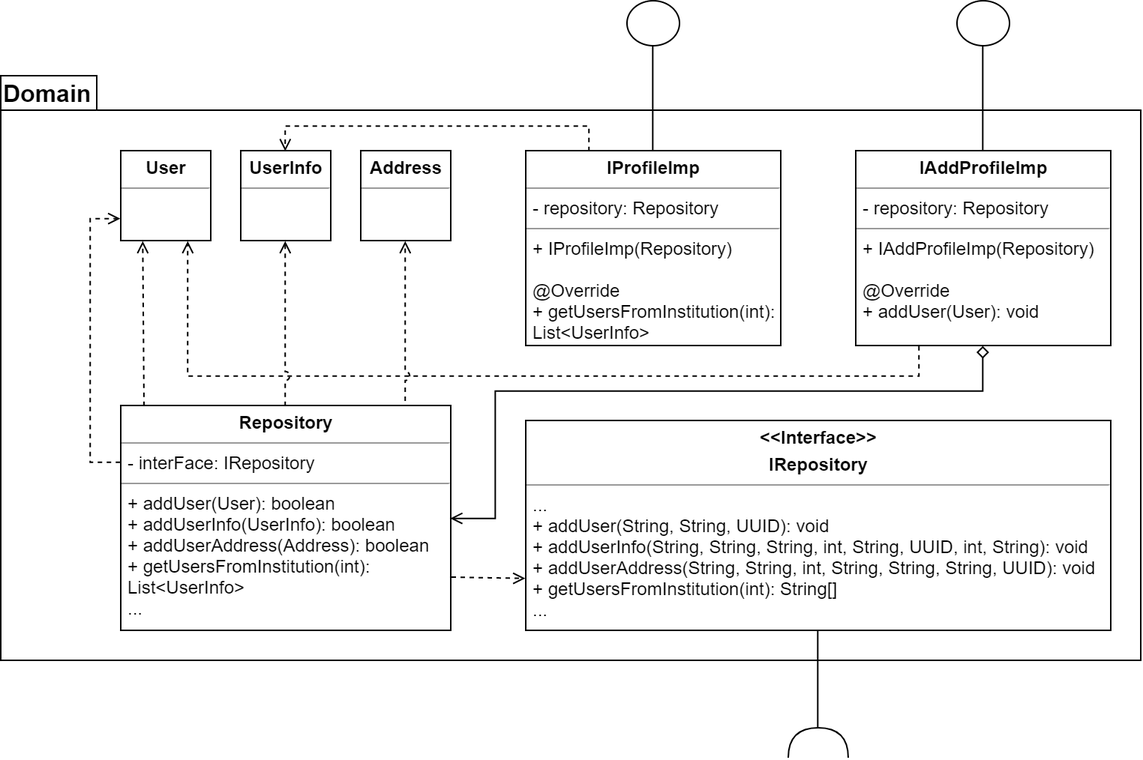
Above: docs/diagrams/DesignDiagrammer/Platform/Profile_Domain_Design.png in SBangslund/SE02_Projekt (draw.io), before the change. Source tidied: cells renumbered, new cells last; positions are measured from the earlier drawing's top-left corner, leaving out a move shared by most shapes.
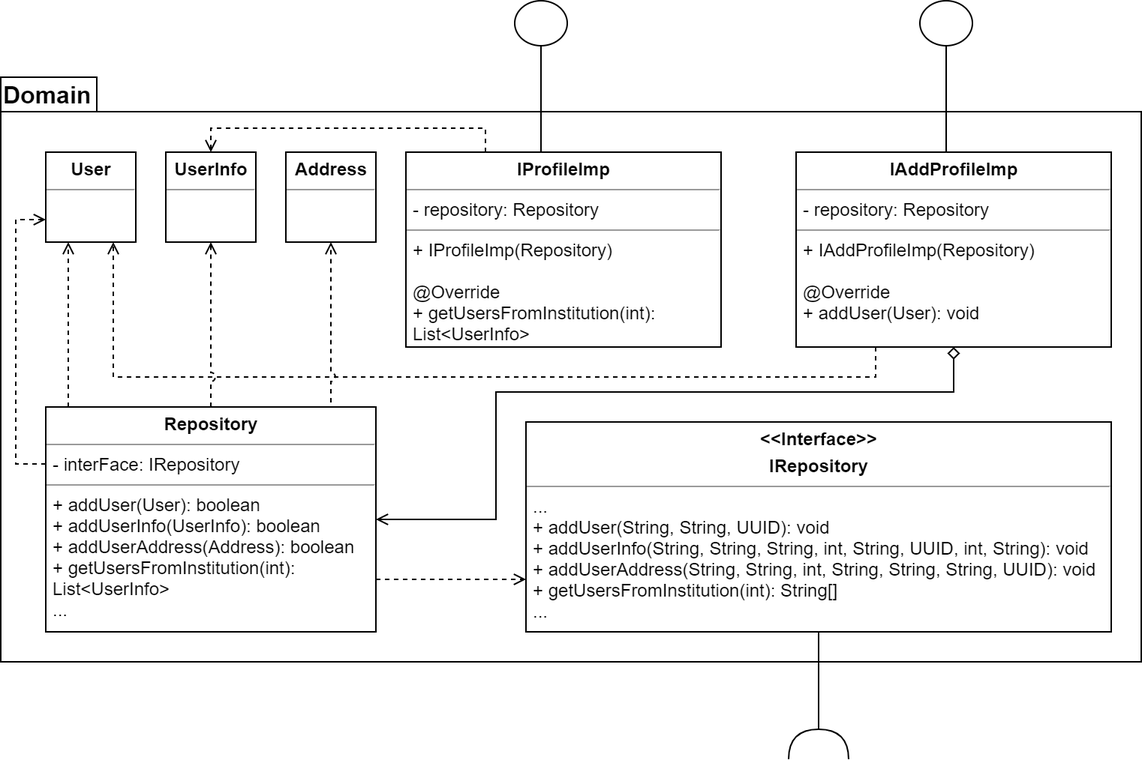
The same file after the commit.

What changed in the source:
```diff
@@ -2,61 +2,69 @@
   <root>
     <mxCell id="0" />
     <mxCell id="1" parent="0" />
-    <mxCell id="2" style="shape=folder;fontStyle=1;spacingTop=10;tabWidth=64;tabHeight=23;tabPosition=left;html=1;" parent="1" vertex="1">
-      <mxGeometry y="50" width="760" height="390" as="geometry" />
-    </mxCell>
-    <mxCell id="3" style="edgeStyle=orthogonalEdgeStyle;rounded=0;jettySize=auto;html=1;exitX=0.5;exitY=0;exitDx=0;exitDy=0;entryX=0.5;entryY=1;entryDx=0;entryDy=0;endArrow=none;endFill=0;" parent="1" edge="1" source="6" target="7">
-      <mxGeometry relative="1" as="geometry" />
-    </mxCell>
+    <mxCell id="25" style="shape=folder;fontStyle=1;spacingTop=10;tabWidth=64;tabHeight=23;tabPosition=left;html=1;" parent="1" vertex="1">
+      <mxGeometry y="61" width="760" height="390" as="geometry" />
+    </mxCell>
     <mxCell id="4" style="edgeStyle=orthogonalEdgeStyle;rounded=0;jumpStyle=arc;jettySize=auto;html=1;exitX=0.25;exitY=1;exitDx=0;exitDy=0;entryX=0.75;entryY=1;entryDx=0;entryDy=0;dashed=1;endArrow=open;endFill=0;fontSize=16;" parent="1" edge="1" source="6" target="20">
       <mxGeometry relative="1" as="geometry">
         <Array as="points">
-          <mxPoint x="612" y="250" />
-          <mxPoint x="125" y="250" />
+          <mxPoint x="583" y="261" />
+          <mxPoint x="75" y="261" />
         </Array>
       </mxGeometry>
     </mxCell>
     <mxCell id="5" style="edgeStyle=orthogonalEdgeStyle;rounded=0;jumpStyle=arc;jettySize=auto;html=1;exitX=0.5;exitY=1;exitDx=0;exitDy=0;entryX=1;entryY=0.5;entryDx=0;entryDy=0;endArrow=open;endFill=0;fontSize=16;startArrow=diamond;startFill=0;" parent="1" edge="1" source="6" target="18">
       <mxGeometry relative="1" as="geometry">
         <Array as="points">
-          <mxPoint x="655" y="260" />
-          <mxPoint x="330" y="260" />
-          <mxPoint x="330" y="345" />
+          <mxPoint x="635" y="271" />
+          <mxPoint x="330" y="271" />
+          <mxPoint x="330" y="356" />
         </Array>
       </mxGeometry>
     </mxCell>
+    <mxCell id="26" style="edgeStyle=orthogonalEdgeStyle;rounded=0;jettySize=auto;html=1;exitX=0.5;exitY=0;exitDx=0;exitDy=0;entryX=0.5;entryY=1;entryDx=0;entryDy=0;endArrow=none;endFill=0;" parent="1" edge="1" source="6" target="27">
+      <mxGeometry relative="1" as="geometry">
+        <Array as="points">
+          <mxPoint x="630" y="111" />
+        </Array>
+      </mxGeometry>
+    </mxCell>
     <mxCell id="6" value="&lt;p style=&quot;margin: 0px ; margin-top: 4px ; text-align: center&quot;&gt;&lt;b&gt;IAddProfileImp&lt;/b&gt;&lt;/p&gt;&lt;hr size=&quot;1&quot;&gt;&lt;p style=&quot;margin: 0px ; margin-left: 4px&quot;&gt;- repository: Repository&lt;/p&gt;&lt;hr size=&quot;1&quot;&gt;&lt;p style=&quot;margin: 0px ; margin-left: 4px&quot;&gt;+ IAddProfileImp(Repository)&lt;/p&gt;&lt;p style=&quot;margin: 0px ; margin-left: 4px&quot;&gt;&lt;br&gt;&lt;/p&gt;&lt;p style=&quot;margin: 0px ; margin-left: 4px&quot;&gt;@Override&lt;/p&gt;&lt;p style=&quot;margin: 0px ; margin-left: 4px&quot;&gt;+ addUser(User): void&lt;/p&gt;" style="verticalAlign=top;align=left;overflow=fill;fontSize=12;fontFamily=Helvetica;html=1;" parent="1" vertex="1">
-      <mxGeometry x="570" y="100" width="170" height="130" as="geometry" />
+      <mxGeometry x="530" y="111" width="210" height="130" as="geometry" />
     </mxCell>
-    <mxCell id="7" style="ellipse;whiteSpace=wrap;html=1;" parent="1" vertex="1">
-      <mxGeometry x="637.5" width="35" height="30" as="geometry" />
-    </mxCell>
+    <mxCell id="27" style="ellipse;whiteSpace=wrap;html=1;" parent="1" vertex="1">
+      <mxGeometry x="612.5" y="10" width="35" height="30" as="geometry" />
+    </mxCell>
     <mxCell id="8" value="Domain" style="text;html=1;align=left;verticalAlign=top;spacingTop=-4;fontStyle=1;fontSize=16;" parent="1" vertex="1">
-      <mxGeometry y="50" width="60" height="20" as="geometry" />
+      <mxGeometry y="61" width="60" height="20" as="geometry" />
     </mxCell>
-    <mxCell id="9" style="edgeStyle=orthogonalEdgeStyle;rounded=0;jettySize=auto;html=1;exitX=0.5;exitY=0;exitDx=0;exitDy=0;entryX=0.5;entryY=1;entryDx=0;entryDy=0;endArrow=none;endFill=0;fontSize=16;" parent="1" edge="1" source="11" target="12">
-      <mxGeometry relative="1" as="geometry" />
-    </mxCell>
     <mxCell id="10" style="edgeStyle=orthogonalEdgeStyle;rounded=0;jumpStyle=arc;jettySize=auto;html=1;exitX=0.25;exitY=0;exitDx=0;exitDy=0;entryX=0.5;entryY=0;entryDx=0;entryDy=0;dashed=1;endArrow=open;endFill=0;fontSize=16;" parent="1" edge="1" source="11" target="19">
       <mxGeometry relative="1" as="geometry">
         <Array as="points">
-          <mxPoint x="393" y="84" />
-          <mxPoint x="190" y="84" />
+          <mxPoint x="323" y="95" />
+          <mxPoint x="140" y="95" />
         </Array>
       </mxGeometry>
     </mxCell>
+    <mxCell id="28" style="edgeStyle=orthogonalEdgeStyle;rounded=0;jettySize=auto;html=1;exitX=0.5;exitY=0;exitDx=0;exitDy=0;entryX=0.5;entryY=1;entryDx=0;entryDy=0;endArrow=none;endFill=0;" parent="1" edge="1" source="11" target="29">
+      <mxGeometry relative="1" as="geometry">
+        <Array as="points">
+          <mxPoint x="360" y="111" />
+        </Array>
+      </mxGeometry>
+    </mxCell>
     <mxCell id="11" value="&lt;p style=&quot;margin: 0px ; margin-top: 4px ; text-align: center&quot;&gt;&lt;b&gt;IProfileImp&lt;/b&gt;&lt;/p&gt;&lt;hr size=&quot;1&quot;&gt;&lt;p style=&quot;margin: 0px ; margin-left: 4px&quot;&gt;- repository: Repository&lt;/p&gt;&lt;hr size=&quot;1&quot;&gt;&lt;p style=&quot;margin: 0px ; margin-left: 4px&quot;&gt;+ IProfileImp(Repository)&lt;/p&gt;&lt;p style=&quot;margin: 0px ; margin-left: 4px&quot;&gt;&lt;br&gt;&lt;/p&gt;&lt;p style=&quot;margin: 0px ; margin-left: 4px&quot;&gt;@Override&lt;/p&gt;&lt;p style=&quot;margin: 0px ; margin-left: 4px&quot;&gt;+ getUsersFromInstitution(int): List&amp;lt;UserInfo&amp;gt;&lt;/p&gt;" style="verticalAlign=top;align=left;overflow=fill;fontSize=12;fontFamily=Helvetica;html=1;whiteSpace=wrap;" parent="1" vertex="1">
-      <mxGeometry x="350" y="100" width="170" height="130" as="geometry" />
+      <mxGeometry x="270" y="111" width="210" height="130" as="geometry" />
     </mxCell>
-    <mxCell id="12" style="ellipse;whiteSpace=wrap;html=1;" parent="1" vertex="1">
-      <mxGeometry x="417.5" width="35" height="30" as="geometry" />
-    </mxCell>
-    <mxCell id="13" style="edgeStyle=orthogonalEdgeStyle;rounded=0;jumpStyle=arc;jettySize=auto;html=1;exitX=0;exitY=0.25;exitDx=0;exitDy=0;entryX=0;entryY=0.75;entryDx=0;entryDy=0;startArrow=none;startFill=0;endArrow=open;endFill=0;fontSize=16;dashed=1;" parent="1" edge="1" source="18" target="20">
-      <mxGeometry relative="1" as="geometry" />
-    </mxCell>
-    <mxCell id="14" style="edgeStyle=orthogonalEdgeStyle;rounded=0;jumpStyle=arc;jettySize=auto;html=1;exitX=0.069;exitY=0;exitDx=0;exitDy=0;entryX=0.25;entryY=1;entryDx=0;entryDy=0;dashed=1;startArrow=none;startFill=0;endArrow=open;endFill=0;fontSize=16;exitPerimeter=0;" parent="1" edge="1" source="18" target="20">
-      <mxGeometry relative="1" as="geometry" />
-    </mxCell>
+    <mxCell id="29" style="ellipse;whiteSpace=wrap;html=1;" parent="1" vertex="1">
+      <mxGeometry x="342.5" y="10" width="35" height="30" as="geometry" />
+    </mxCell>
+    <mxCell id="30" style="edgeStyle=orthogonalEdgeStyle;rounded=0;jumpStyle=arc;jettySize=auto;html=1;exitX=0;exitY=0.25;exitDx=0;exitDy=0;entryX=0;entryY=0.75;entryDx=0;entryDy=0;startArrow=none;startFill=0;endArrow=open;endFill=0;fontSize=16;dashed=1;" parent="1" edge="1" source="18" target="20">
+      <mxGeometry relative="1" as="geometry" />
+    </mxCell>
+    <mxCell id="31" style="edgeStyle=orthogonalEdgeStyle;rounded=0;jumpStyle=arc;jettySize=auto;html=1;exitX=0.069;exitY=0;exitDx=0;exitDy=0;entryX=0.25;entryY=1;entryDx=0;entryDy=0;dashed=1;startArrow=none;startFill=0;endArrow=open;endFill=0;fontSize=16;exitPerimeter=0;" parent="1" edge="1" source="18" target="20">
+      <mxGeometry relative="1" as="geometry" />
+    </mxCell>
     <mxCell id="15" style="edgeStyle=orthogonalEdgeStyle;rounded=0;jumpStyle=arc;jettySize=auto;html=1;exitX=0.5;exitY=0;exitDx=0;exitDy=0;entryX=0.5;entryY=1;entryDx=0;entryDy=0;dashed=1;startArrow=none;startFill=0;endArrow=open;endFill=0;fontSize=16;" parent="1" edge="1" source="18" target="19">
       <mxGeometry relative="1" as="geometry" />
     </mxCell>
@@ -67,25 +75,25 @@
       <mxGeometry relative="1" as="geometry" />
     </mxCell>
     <mxCell id="18" value="&lt;p style=&quot;margin: 0px ; margin-top: 4px ; text-align: center&quot;&gt;&lt;b&gt;Repository&lt;/b&gt;&lt;/p&gt;&lt;hr size=&quot;1&quot;&gt;&lt;p style=&quot;margin: 0px ; margin-left: 4px&quot;&gt;- interFace: IRepository&lt;/p&gt;&lt;hr size=&quot;1&quot;&gt;&lt;p style=&quot;margin: 0px ; margin-left: 4px&quot;&gt;&lt;span&gt;+ addUser(User): boolean&lt;/span&gt;&lt;br&gt;&lt;/p&gt;&lt;p style=&quot;margin: 0px ; margin-left: 4px&quot;&gt;+ addUserInfo(UserInfo): boolean&lt;/p&gt;&lt;p style=&quot;margin: 0px ; margin-left: 4px&quot;&gt;+ addUserAddress(Address): boolean&lt;/p&gt;&lt;p style=&quot;margin: 0px ; margin-left: 4px&quot;&gt;+ getUsersFromInstitution(int): List&amp;lt;UserInfo&amp;gt;&lt;/p&gt;&lt;p style=&quot;margin: 0px ; margin-left: 4px&quot;&gt;...&lt;/p&gt;" style="verticalAlign=top;align=left;overflow=fill;fontSize=12;fontFamily=Helvetica;html=1;whiteSpace=wrap;" parent="1" vertex="1">
-      <mxGeometry x="80" y="270" width="220" height="150" as="geometry" />
+      <mxGeometry x="30" y="281" width="220" height="150" as="geometry" />
     </mxCell>
     <mxCell id="19" value="&lt;p style=&quot;margin: 0px ; margin-top: 4px ; text-align: center&quot;&gt;&lt;b&gt;UserInfo&lt;/b&gt;&lt;/p&gt;&lt;hr size=&quot;1&quot;&gt;&lt;div style=&quot;height: 2px&quot;&gt;&lt;/div&gt;" style="verticalAlign=top;align=left;overflow=fill;fontSize=12;fontFamily=Helvetica;html=1;" parent="1" vertex="1">
-      <mxGeometry x="160" y="100" width="60" height="60" as="geometry" />
+      <mxGeometry x="110" y="111" width="60" height="60" as="geometry" />
     </mxCell>
     <mxCell id="20" value="&lt;p style=&quot;margin: 0px ; margin-top: 4px ; text-align: center&quot;&gt;&lt;b&gt;User&lt;/b&gt;&lt;/p&gt;&lt;hr size=&quot;1&quot;&gt;&lt;div style=&quot;height: 2px&quot;&gt;&lt;/div&gt;" style="verticalAlign=top;align=left;overflow=fill;fontSize=12;fontFamily=Helvetica;html=1;" parent="1" vertex="1">
-      <mxGeometry x="80" y="100" width="60" height="60" as="geometry" />
+      <mxGeometry x="30" y="111" width="60" height="60" as="geometry" />
     </mxCell>
     <mxCell id="21" value="&lt;p style=&quot;margin: 0px ; margin-top: 4px ; text-align: center&quot;&gt;&lt;b&gt;Address&lt;/b&gt;&lt;/p&gt;&lt;hr size=&quot;1&quot;&gt;&lt;div style=&quot;height: 2px&quot;&gt;&lt;/div&gt;" style="verticalAlign=top;align=left;overflow=fill;fontSize=12;fontFamily=Helvetica;html=1;" parent="1" vertex="1">
-      <mxGeometry x="240" y="100" width="60" height="60" as="geometry" />
+      <mxGeometry x="190" y="111" width="60" height="60" as="geometry" />
     </mxCell>
-    <mxCell id="22" style="edgeStyle=orthogonalEdgeStyle;rounded=0;jumpStyle=arc;jettySize=auto;html=1;exitX=0.5;exitY=1;exitDx=0;exitDy=0;entryX=1;entryY=0.5;entryDx=0;entryDy=0;entryPerimeter=0;startArrow=none;startFill=0;endArrow=none;endFill=0;fontSize=16;" parent="1" edge="1" source="23" target="24">
-      <mxGeometry relative="1" as="geometry" />
-    </mxCell>
+    <mxCell id="32" style="edgeStyle=orthogonalEdgeStyle;rounded=0;jumpStyle=arc;jettySize=auto;html=1;exitX=0.5;exitY=1;exitDx=0;exitDy=0;entryX=1;entryY=0.5;entryDx=0;entryDy=0;entryPerimeter=0;startArrow=none;startFill=0;endArrow=none;endFill=0;fontSize=16;" parent="1" edge="1" source="23" target="33">
+      <mxGeometry relative="1" as="geometry" />
+    </mxCell>
     <mxCell id="23" value="&lt;p style=&quot;margin: 0px ; margin-top: 4px ; text-align: center&quot;&gt;&lt;b&gt;&amp;lt;&amp;lt;Interface&amp;gt;&amp;gt;&lt;/b&gt;&lt;/p&gt;&lt;p style=&quot;margin: 0px ; margin-top: 4px ; text-align: center&quot;&gt;&lt;b&gt;IRepository&lt;/b&gt;&lt;/p&gt;&lt;hr size=&quot;1&quot;&gt;&lt;p style=&quot;margin: 0px ; margin-left: 4px&quot;&gt;&lt;/p&gt;&lt;p style=&quot;margin: 0px ; margin-left: 4px&quot;&gt;...&lt;/p&gt;&lt;p style=&quot;margin: 0px ; margin-left: 4px&quot;&gt;+ addUser(String, String, UUID): void&lt;/p&gt;&lt;p style=&quot;margin: 0px ; margin-left: 4px&quot;&gt;+ addUserInfo(String, String, String, int, String, UUID, int, String): void&lt;/p&gt;&lt;p style=&quot;margin: 0px ; margin-left: 4px&quot;&gt;+ addUserAddress(String, String, int, String, String, String, UUID): void&lt;/p&gt;&lt;p style=&quot;margin: 0px ; margin-left: 4px&quot;&gt;+ getUsersFromInstitution(int): String[]&lt;/p&gt;&lt;p style=&quot;margin: 0px ; margin-left: 4px&quot;&gt;...&lt;/p&gt;" style="verticalAlign=top;align=left;overflow=fill;fontSize=12;fontFamily=Helvetica;html=1;" parent="1" vertex="1">
-      <mxGeometry x="350" y="280" width="390" height="140" as="geometry" />
+      <mxGeometry x="350" y="291" width="390" height="140" as="geometry" />
     </mxCell>
-    <mxCell id="24" style="shape=requiredInterface;html=1;verticalLabelPosition=bottom;fontSize=16;rotation=-90;" parent="1" vertex="1">
-      <mxGeometry x="535" y="475" width="20" height="40" as="geometry" />
-    </mxCell>
+    <mxCell id="33" style="shape=requiredInterface;html=1;verticalLabelPosition=bottom;fontSize=16;rotation=-90;" parent="1" vertex="1">
+      <mxGeometry x="535" y="486" width="20" height="40" as="geometry" />
+    </mxCell>
   </root>
 </mxGraphModel>
```
